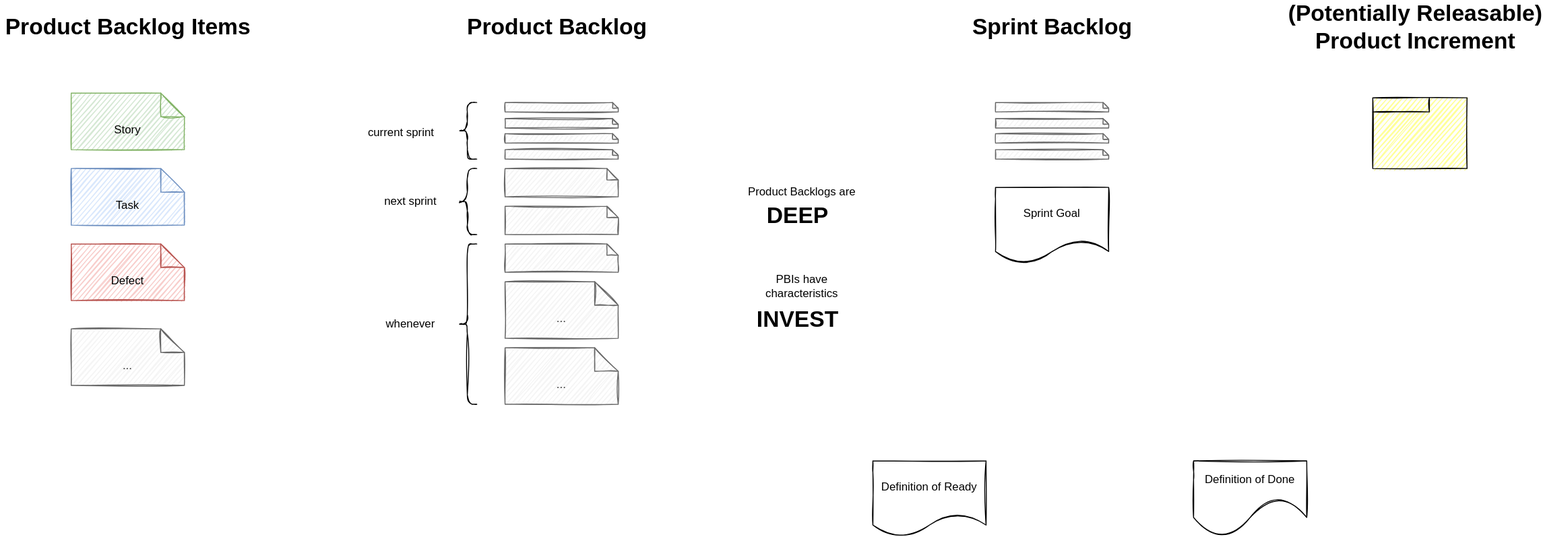
Above: lesson-07 - scrum/graphics/scrum-artifacts.drawio.svg in thomykay/dhbw-projectmanagement1 (draw.io), before the change. Source tidied: cells renumbered, new cells last; positions are measured from the earlier drawing's top-left corner, leaving out a move shared by most shapes. The source it was exported from:
```xml
<mxGraphModel>
  <root>
    <mxCell id="0" />
    <mxCell id="1" parent="0" />
    <mxCell id="2" value="Story" style="shape=note2;boundedLbl=1;whiteSpace=wrap;html=1;size=25;verticalAlign=top;align=center;sketch=1;fillColor=#d5e8d4;strokeColor=#82b366;" parent="1" vertex="1">
      <mxGeometry x="75" y="90" width="120" height="60" as="geometry" />
    </mxCell>
    <mxCell id="3" value="Task" style="shape=note2;boundedLbl=1;whiteSpace=wrap;html=1;size=25;verticalAlign=top;align=center;sketch=1;fillColor=#dae8fc;strokeColor=#6c8ebf;" parent="1" vertex="1">
      <mxGeometry x="75" y="170" width="120" height="60" as="geometry" />
    </mxCell>
    <mxCell id="4" value="Defect" style="shape=note2;boundedLbl=1;whiteSpace=wrap;html=1;size=25;verticalAlign=top;align=center;sketch=1;fillColor=#f8cecc;strokeColor=#b85450;" parent="1" vertex="1">
      <mxGeometry x="75" y="250" width="120" height="60" as="geometry" />
    </mxCell>
    <mxCell id="5" value="..." style="shape=note2;boundedLbl=1;whiteSpace=wrap;html=1;size=25;verticalAlign=top;align=center;sketch=1;fillColor=#f5f5f5;strokeColor=#666666;fontColor=#333333;" parent="1" vertex="1">
      <mxGeometry x="75" y="340" width="120" height="60" as="geometry" />
    </mxCell>
    <mxCell id="6" value="Product Backlog Items" style="text;strokeColor=none;fillColor=none;html=1;fontSize=24;fontStyle=1;verticalAlign=middle;align=center;sketch=1;" parent="1" vertex="1">
      <mxGeometry width="270" height="40" as="geometry" />
    </mxCell>
    <mxCell id="7" value="Definition of Ready" style="shape=document;whiteSpace=wrap;html=1;boundedLbl=1;sketch=1;" parent="1" vertex="1">
      <mxGeometry x="925" y="480" width="120" height="80" as="geometry" />
    </mxCell>
    <mxCell id="8" value="Definition of Done" style="shape=document;whiteSpace=wrap;html=1;boundedLbl=1;sketch=1;size=0.49999999999999717;" parent="1" vertex="1">
      <mxGeometry x="1265" y="480" width="120" height="80" as="geometry" />
    </mxCell>
    <mxCell id="9" style="shape=note2;boundedLbl=1;whiteSpace=wrap;html=1;size=6;verticalAlign=top;align=center;sketch=1;fillColor=#f5f5f5;strokeColor=#666666;fontColor=#333333;" parent="1" vertex="1">
      <mxGeometry x="535" y="100" width="120" height="10" as="geometry" />
    </mxCell>
    <mxCell id="10" value="Product Backlog" style="text;strokeColor=none;fillColor=none;html=1;fontSize=24;fontStyle=1;verticalAlign=middle;align=center;sketch=1;" parent="1" vertex="1">
      <mxGeometry x="455" width="270" height="40" as="geometry" />
    </mxCell>
    <mxCell id="11" style="shape=note2;boundedLbl=1;whiteSpace=wrap;html=1;size=12;verticalAlign=top;align=center;sketch=1;fillColor=#f5f5f5;strokeColor=#666666;fontColor=#333333;" parent="1" vertex="1">
      <mxGeometry x="535" y="170" width="120" height="30" as="geometry" />
    </mxCell>
    <mxCell id="12" style="shape=note2;boundedLbl=1;whiteSpace=wrap;html=1;size=12;verticalAlign=top;align=center;sketch=1;fillColor=#f5f5f5;strokeColor=#666666;fontColor=#333333;" parent="1" vertex="1">
      <mxGeometry x="535" y="210" width="120" height="30" as="geometry" />
    </mxCell>
    <mxCell id="13" style="shape=note2;boundedLbl=1;whiteSpace=wrap;html=1;size=6;verticalAlign=top;align=center;sketch=1;fillColor=#f5f5f5;strokeColor=#666666;fontColor=#333333;" parent="1" vertex="1">
      <mxGeometry x="535" y="117" width="120" height="10" as="geometry" />
    </mxCell>
    <mxCell id="14" style="shape=note2;boundedLbl=1;whiteSpace=wrap;html=1;size=6;verticalAlign=top;align=center;sketch=1;fillColor=#f5f5f5;strokeColor=#666666;fontColor=#333333;" parent="1" vertex="1">
      <mxGeometry x="535" y="133" width="120" height="10" as="geometry" />
    </mxCell>
    <mxCell id="15" style="shape=note2;boundedLbl=1;whiteSpace=wrap;html=1;size=6;verticalAlign=top;align=center;sketch=1;fillColor=#f5f5f5;strokeColor=#666666;fontColor=#333333;" parent="1" vertex="1">
      <mxGeometry x="535" y="150" width="120" height="10" as="geometry" />
    </mxCell>
    <mxCell id="16" style="shape=note2;boundedLbl=1;whiteSpace=wrap;html=1;size=12;verticalAlign=top;align=center;sketch=1;fillColor=#f5f5f5;strokeColor=#666666;fontColor=#333333;" parent="1" vertex="1">
      <mxGeometry x="535" y="250" width="120" height="30" as="geometry" />
    </mxCell>
    <mxCell id="17" value="..." style="shape=note2;boundedLbl=1;whiteSpace=wrap;html=1;size=25;verticalAlign=top;align=center;sketch=1;fillColor=#f5f5f5;strokeColor=#666666;fontColor=#333333;" parent="1" vertex="1">
      <mxGeometry x="535" y="290" width="120" height="60" as="geometry" />
    </mxCell>
    <mxCell id="18" value="..." style="shape=note2;boundedLbl=1;whiteSpace=wrap;html=1;size=25;verticalAlign=top;align=center;sketch=1;fillColor=#f5f5f5;strokeColor=#666666;fontColor=#333333;" parent="1" vertex="1">
      <mxGeometry x="535" y="360" width="120" height="60" as="geometry" />
    </mxCell>
    <mxCell id="19" style="shape=curlyBracket;whiteSpace=wrap;html=1;rounded=1;sketch=1;" parent="1" vertex="1">
      <mxGeometry x="485" y="100" width="20" height="60" as="geometry" />
    </mxCell>
    <mxCell id="20" style="shape=curlyBracket;whiteSpace=wrap;html=1;rounded=1;sketch=1;" parent="1" vertex="1">
      <mxGeometry x="485" y="170" width="20" height="70" as="geometry" />
    </mxCell>
    <mxCell id="21" style="shape=curlyBracket;whiteSpace=wrap;html=1;rounded=1;sketch=1;" parent="1" vertex="1">
      <mxGeometry x="485" y="250" width="20" height="170" as="geometry" />
    </mxCell>
    <mxCell id="22" value="whenever" style="text;html=1;strokeColor=none;fillColor=none;align=center;verticalAlign=middle;whiteSpace=wrap;rounded=0;sketch=1;" parent="1" vertex="1">
      <mxGeometry x="405" y="320" width="60" height="30" as="geometry" />
    </mxCell>
    <mxCell id="23" value="next sprint" style="text;html=1;strokeColor=none;fillColor=none;align=center;verticalAlign=middle;whiteSpace=wrap;rounded=0;sketch=1;" parent="1" vertex="1">
      <mxGeometry x="405" y="190" width="60" height="30" as="geometry" />
    </mxCell>
    <mxCell id="24" value="current sprint" style="text;html=1;strokeColor=none;fillColor=none;align=center;verticalAlign=middle;whiteSpace=wrap;rounded=0;sketch=1;" parent="1" vertex="1">
      <mxGeometry x="385" y="117" width="80" height="30" as="geometry" />
    </mxCell>
    <mxCell id="25" value="Product Backlogs are" style="text;html=1;strokeColor=none;fillColor=none;align=center;verticalAlign=middle;whiteSpace=wrap;rounded=0;sketch=1;" parent="1" vertex="1">
      <mxGeometry x="785" y="180" width="130" height="30" as="geometry" />
    </mxCell>
    <mxCell id="26" value="DEEP" style="text;strokeColor=none;fillColor=none;html=1;fontSize=24;fontStyle=1;verticalAlign=middle;align=center;sketch=1;" parent="1" vertex="1">
      <mxGeometry x="795" y="200" width="100" height="40" as="geometry" />
    </mxCell>
    <mxCell id="27" style="shape=note2;boundedLbl=1;whiteSpace=wrap;html=1;size=6;verticalAlign=top;align=center;sketch=1;fillColor=#f5f5f5;strokeColor=#666666;fontColor=#333333;" parent="1" vertex="1">
      <mxGeometry x="1055" y="100" width="120" height="10" as="geometry" />
    </mxCell>
    <mxCell id="28" style="shape=note2;boundedLbl=1;whiteSpace=wrap;html=1;size=6;verticalAlign=top;align=center;sketch=1;fillColor=#f5f5f5;strokeColor=#666666;fontColor=#333333;" parent="1" vertex="1">
      <mxGeometry x="1055" y="117" width="120" height="10" as="geometry" />
    </mxCell>
    <mxCell id="29" style="shape=note2;boundedLbl=1;whiteSpace=wrap;html=1;size=6;verticalAlign=top;align=center;sketch=1;fillColor=#f5f5f5;strokeColor=#666666;fontColor=#333333;" parent="1" vertex="1">
      <mxGeometry x="1055" y="133" width="120" height="10" as="geometry" />
    </mxCell>
    <mxCell id="30" style="shape=note2;boundedLbl=1;whiteSpace=wrap;html=1;size=6;verticalAlign=top;align=center;sketch=1;fillColor=#f5f5f5;strokeColor=#666666;fontColor=#333333;" parent="1" vertex="1">
      <mxGeometry x="1055" y="150" width="120" height="10" as="geometry" />
    </mxCell>
    <mxCell id="31" value="Sprint Backlog" style="text;strokeColor=none;fillColor=none;html=1;fontSize=24;fontStyle=1;verticalAlign=middle;align=center;sketch=1;" parent="1" vertex="1">
      <mxGeometry x="1020" width="190" height="40" as="geometry" />
    </mxCell>
    <mxCell id="32" value="&lt;table cellpadding=&quot;0&quot; cellspacing=&quot;0&quot; style=&quot;font-size:1em;width:100%;height:100%;&quot;&gt;&lt;tr style=&quot;height:20px;&quot;&gt;&lt;td align=&quot;left&quot;&gt;&lt;/td&gt;&lt;/tr&gt;&lt;tr&gt;&lt;td align=&quot;left&quot; valign=&quot;top&quot; style=&quot;padding:4px;&quot;&gt;&lt;/td&gt;&lt;/tr&gt;&lt;/table&gt;" style="html=1;whiteSpace=wrap;fillColor=#ffff99;shape=mxgraph.archimate.product;overflow=fill;sketch=1;" parent="1" vertex="1">
      <mxGeometry x="1455" y="95" width="100" height="75" as="geometry" />
    </mxCell>
    <mxCell id="33" value="(Potentially Releasable)&lt;br&gt;Product Increment" style="text;strokeColor=none;fillColor=none;html=1;fontSize=24;fontStyle=1;verticalAlign=middle;align=center;sketch=1;" parent="1" vertex="1">
      <mxGeometry x="1365" width="270" height="40" as="geometry" />
    </mxCell>
    <mxCell id="34" value="PBIs have characteristics" style="text;html=1;strokeColor=none;fillColor=none;align=center;verticalAlign=middle;whiteSpace=wrap;rounded=0;sketch=1;" parent="1" vertex="1">
      <mxGeometry x="785" y="280" width="130" height="30" as="geometry" />
    </mxCell>
    <mxCell id="35" value="INVEST" style="text;strokeColor=none;fillColor=none;html=1;fontSize=24;fontStyle=1;verticalAlign=middle;align=center;sketch=1;" parent="1" vertex="1">
      <mxGeometry x="795" y="310" width="100" height="40" as="geometry" />
    </mxCell>
    <mxCell id="36" value="Sprint Goal" style="shape=document;whiteSpace=wrap;html=1;boundedLbl=1;sketch=1;" parent="1" vertex="1">
      <mxGeometry x="1055" y="190" width="120" height="80" as="geometry" />
    </mxCell>
  </root>
</mxGraphModel>
```
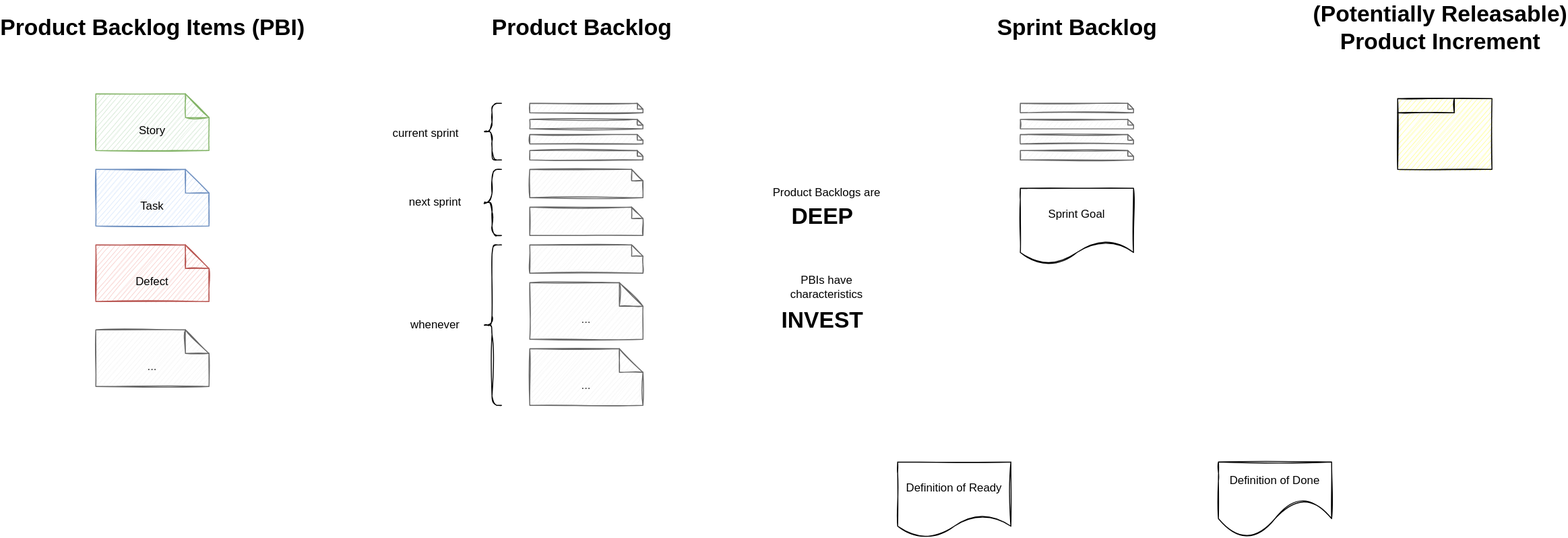
The same file after the commit.

The edit, as a diff of the source:
```diff
@@ -14,7 +14,7 @@
     <mxCell id="5" value="..." style="shape=note2;boundedLbl=1;whiteSpace=wrap;html=1;size=25;verticalAlign=top;align=center;sketch=1;fillColor=#f5f5f5;strokeColor=#666666;fontColor=#333333;" parent="1" vertex="1">
       <mxGeometry x="75" y="340" width="120" height="60" as="geometry" />
     </mxCell>
-    <mxCell id="6" value="Product Backlog Items" style="text;strokeColor=none;fillColor=none;html=1;fontSize=24;fontStyle=1;verticalAlign=middle;align=center;sketch=1;" parent="1" vertex="1">
+    <mxCell id="6" value="Product Backlog Items (PBI)" style="text;strokeColor=none;fillColor=none;html=1;fontSize=24;fontStyle=1;verticalAlign=middle;align=center;sketch=1;" parent="1" vertex="1">
       <mxGeometry width="270" height="40" as="geometry" />
     </mxCell>
     <mxCell id="7" value="Definition of Ready" style="shape=document;whiteSpace=wrap;html=1;boundedLbl=1;sketch=1;" parent="1" vertex="1">
```
